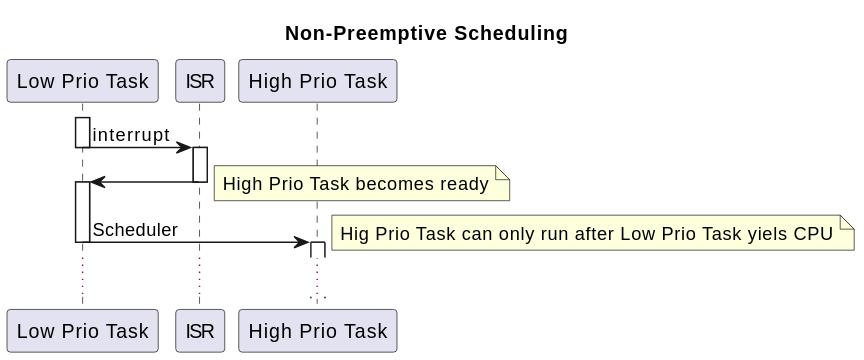
Above: Diagrams/NonPreemptiveScheduling.svg in fhirter/Microcomputertechnik (PlantUML), before the change.
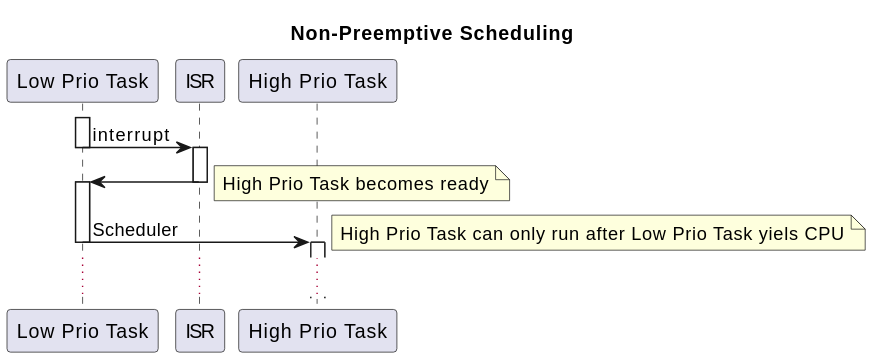
The same file after the commit.

Commit message:
add non preemtive scheduling diagram

What changed in the source:
```diff
@@ -15,7 +15,7 @@
 "Low Prio Task" -> "High Prio Task": Scheduler
 deactivate "Low Prio Task"
 activate "High Prio Task"
-note right: Hig Prio Task can only run after Low Prio Task yiels CPU
+note right: High Prio Task can only run after Low Prio Task yiels CPU
 ...
 
 @enduml
```
